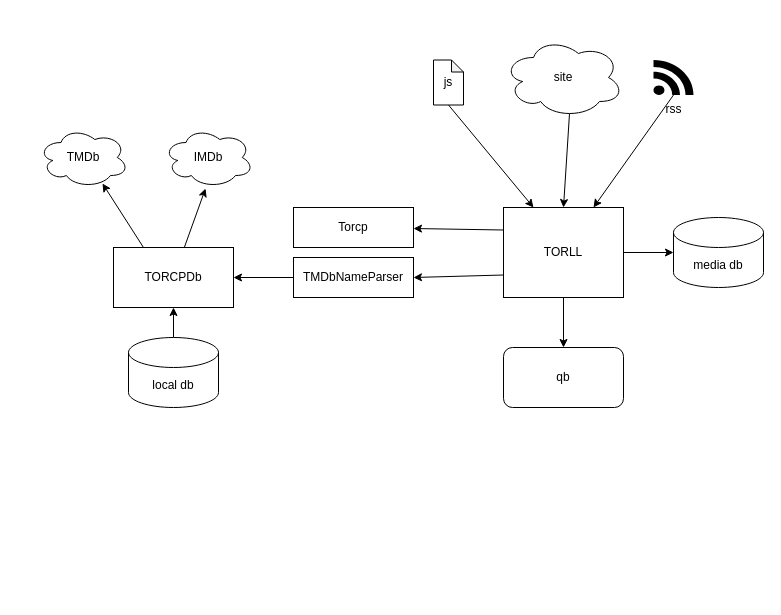
Earlier version of the draw.io diagram torcpdb.drawio (ccf-2012/torcpdb). Source tidied: cells renumbered, new cells numbered last; positions are measured from the earlier drawing's top-left corner, leaving out a move shared by most shapes. Both pictures are drawn from the tidied source at 100%, with x=0, y=0 at pixel (38, 37).
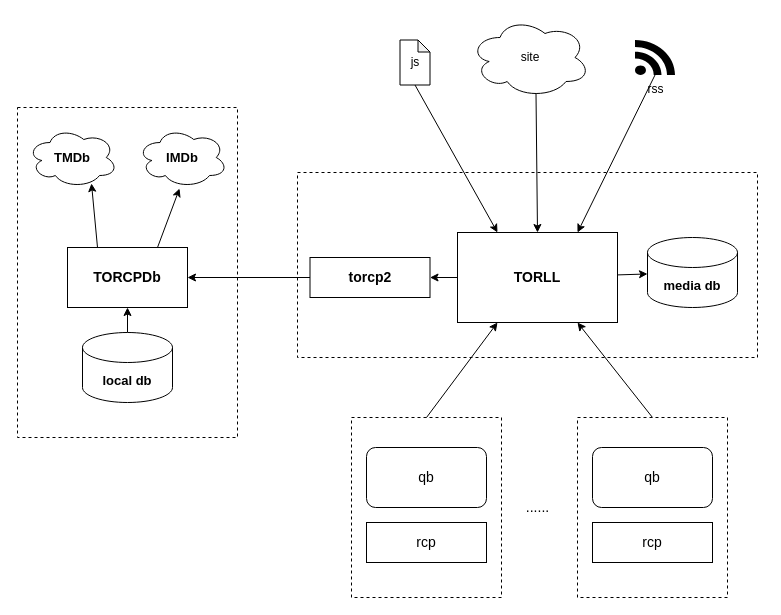
After the change.

Commit message (it also covers changes not shown here):
multi remote

What changed in the source:
```diff
@@
-    <mxCell id="2" value="Torcp" style="rounded=0;whiteSpace=wrap;html=1;" parent="1" vertex="1">
-      <mxGeometry x="255" y="170" width="120" height="40" as="geometry" />
-    </mxCell>
+    <mxCell id="25" style="rounded=0;whiteSpace=wrap;html=1;dashed=1;fontSize=13;" parent="1" vertex="1">
+      <mxGeometry x="259" y="135" width="460" height="185" as="geometry" />
+    </mxCell>
+    <mxCell id="26" style="rounded=0;whiteSpace=wrap;html=1;dashed=1;" parent="1" vertex="1">
+      <mxGeometry x="313" y="380" width="150" height="180" as="geometry" />
+    </mxCell>
+    <mxCell id="27" style="rounded=0;whiteSpace=wrap;html=1;dashed=1;" parent="1" vertex="1">
+      <mxGeometry x="-21" y="70" width="220" height="330" as="geometry" />
+    </mxCell>
@@
-    <mxCell id="4" value="TMDbNameParser" style="rounded=0;whiteSpace=wrap;html=1;" parent="1" vertex="1">
-      <mxGeometry x="255" y="220" width="120" height="40" as="geometry" />
+    <mxCell id="4" value="&lt;b&gt;&lt;font style=&quot;font-size: 14px;&quot;&gt;torcp2&lt;/font&gt;&lt;/b&gt;" style="rounded=0;whiteSpace=wrap;html=1;" parent="1" vertex="1">
+      <mxGeometry x="271.5" y="220" width="120" height="40" as="geometry" />
     </mxCell>
-    <mxCell id="5" style="edgeStyle=none;html=1;entryX=0.467;entryY=1.017;entryDx=0;entryDy=0;entryPerimeter=0;" parent="1" edge="1" source="7" target="11">
+    <mxCell id="5" style="edgeStyle=none;html=1;entryX=0.467;entryY=1.017;entryDx=0;entryDy=0;entryPerimeter=0;exitX=0.75;exitY=0;exitDx=0;exitDy=0;" parent="1" edge="1" source="7" target="11">
       <mxGeometry relative="1" as="geometry" />
     </mxCell>
@@
-    <mxCell id="7" value="TORCPDb" style="rounded=0;whiteSpace=wrap;html=1;" parent="1" vertex="1">
-      <mxGeometry x="75" y="210" width="120" height="60" as="geometry" />
+    <mxCell id="7" value="TORCPDb" style="rounded=0;whiteSpace=wrap;html=1;fontStyle=1;fontSize=14;" parent="1" vertex="1">
+      <mxGeometry x="29" y="210" width="120" height="60" as="geometry" />
     </mxCell>
@@
-    <mxCell id="9" value="local db" style="shape=cylinder3;whiteSpace=wrap;html=1;boundedLbl=1;backgroundOutline=1;size=15;" parent="1" vertex="1">
-      <mxGeometry x="90" y="300" width="90" height="70" as="geometry" />
+    <mxCell id="9" value="local db" style="shape=cylinder3;whiteSpace=wrap;html=1;boundedLbl=1;backgroundOutline=1;size=15;fontStyle=1;fontSize=13;" parent="1" vertex="1">
+      <mxGeometry x="44" y="295" width="90" height="70" as="geometry" />
     </mxCell>
-    <mxCell id="10" value="TMDb" style="ellipse;shape=cloud;whiteSpace=wrap;html=1;" parent="1" vertex="1">
-      <mxGeometry y="90" width="90" height="60" as="geometry" />
+    <mxCell id="10" value="TMDb" style="ellipse;shape=cloud;whiteSpace=wrap;html=1;fontStyle=1;fontSize=13;" parent="1" vertex="1">
+      <mxGeometry x="-11" y="90" width="90" height="60" as="geometry" />
     </mxCell>
-    <mxCell id="11" value="IMDb" style="ellipse;shape=cloud;whiteSpace=wrap;html=1;" parent="1" vertex="1">
-      <mxGeometry x="125" y="90" width="90" height="60" as="geometry" />
+    <mxCell id="11" value="IMDb" style="ellipse;shape=cloud;whiteSpace=wrap;html=1;fontStyle=1;fontSize=13;" parent="1" vertex="1">
+      <mxGeometry x="99" y="90" width="90" height="60" as="geometry" />
     </mxCell>
-    <mxCell id="12" style="edgeStyle=none;html=1;exitX=0;exitY=0.25;exitDx=0;exitDy=0;" parent="1" edge="1" source="16" target="2">
-      <mxGeometry relative="1" as="geometry" />
-    </mxCell>
-    <mxCell id="13" style="edgeStyle=none;html=1;exitX=0;exitY=0.75;exitDx=0;exitDy=0;entryX=1;entryY=0.5;entryDx=0;entryDy=0;" parent="1" edge="1" source="16" target="4">
+    <mxCell id="13" style="edgeStyle=none;html=1;exitX=0;exitY=0.5;exitDx=0;exitDy=0;entryX=1;entryY=0.5;entryDx=0;entryDy=0;" parent="1" edge="1" source="16" target="4">
       <mxGeometry relative="1" as="geometry" />
     </mxCell>
@@
-    <mxCell id="15" style="edgeStyle=none;html=1;" parent="1" edge="1" source="16" target="24">
+    <mxCell id="15" style="edgeStyle=none;html=1;exitX=0.5;exitY=0;exitDx=0;exitDy=0;entryX=0.25;entryY=1;entryDx=0;entryDy=0;" parent="1" edge="1" source="26" target="16">
       <mxGeometry relative="1" as="geometry" />
     </mxCell>
-    <mxCell id="16" value="TORLL" style="rounded=0;whiteSpace=wrap;html=1;" parent="1" vertex="1">
-      <mxGeometry x="465" y="170" width="120" height="90" as="geometry" />
+    <mxCell id="16" value="&lt;b&gt;&lt;font style=&quot;font-size: 14px;&quot;&gt;TORLL&lt;/font&gt;&lt;/b&gt;" style="rounded=0;whiteSpace=wrap;html=1;" parent="1" vertex="1">
+      <mxGeometry x="419" y="195" width="160" height="90" as="geometry" />
     </mxCell>
@@
     <mxCell id="18" value="site" style="ellipse;shape=cloud;whiteSpace=wrap;html=1;" parent="1" vertex="1">
-      <mxGeometry x="465" width="120" height="80" as="geometry" />
+      <mxGeometry x="431.5" y="-20" width="120" height="80" as="geometry" />
     </mxCell>
@@
     <mxCell id="20" value="rss" style="shape=mxgraph.signs.tech.rss;html=1;fillColor=#000000;strokeColor=none;verticalLabelPosition=bottom;verticalAlign=top;align=center;" parent="1" vertex="1">
-      <mxGeometry x="615" y="22.5" width="40" height="35" as="geometry" />
+      <mxGeometry x="596.5" y="2.5" width="40" height="35" as="geometry" />
     </mxCell>
@@
     <mxCell id="22" value="js" style="shape=note;whiteSpace=wrap;html=1;backgroundOutline=1;darkOpacity=0.05;size=12;" parent="1" vertex="1">
-      <mxGeometry x="395" y="22.5" width="30" height="45" as="geometry" />
+      <mxGeometry x="361.5" y="2.5" width="30" height="45" as="geometry" />
     </mxCell>
-    <mxCell id="23" value="media db" style="shape=cylinder3;whiteSpace=wrap;html=1;boundedLbl=1;backgroundOutline=1;size=15;" parent="1" vertex="1">
-      <mxGeometry x="635" y="180" width="90" height="70" as="geometry" />
+    <mxCell id="23" value="media db" style="shape=cylinder3;whiteSpace=wrap;html=1;boundedLbl=1;backgroundOutline=1;size=15;fontStyle=1;fontSize=13;" parent="1" vertex="1">
+      <mxGeometry x="609" y="200" width="90" height="70" as="geometry" />
     </mxCell>
-    <mxCell id="24" value="qb" style="rounded=1;whiteSpace=wrap;html=1;" parent="1" vertex="1">
-      <mxGeometry x="465" y="310" width="120" height="60" as="geometry" />
-    </mxCell>
+    <mxCell id="28" value="rcp" style="rounded=0;whiteSpace=wrap;html=1;fontStyle=0;fontSize=14;" parent="1" vertex="1">
+      <mxGeometry x="328" y="485" width="120" height="40" as="geometry" />
+    </mxCell>
+    <mxCell id="29" value="qb" style="rounded=1;whiteSpace=wrap;html=1;fontStyle=0;fontSize=14;" parent="1" vertex="1">
+      <mxGeometry x="328" y="410" width="120" height="60" as="geometry" />
+    </mxCell>
+    <mxCell id="30" style="edgeStyle=none;html=1;exitX=0.5;exitY=0;exitDx=0;exitDy=0;entryX=0.75;entryY=1;entryDx=0;entryDy=0;" parent="1" edge="1" source="31" target="16">
+      <mxGeometry relative="1" as="geometry" />
+    </mxCell>
+    <mxCell id="31" style="rounded=0;whiteSpace=wrap;html=1;dashed=1;" parent="1" vertex="1">
+      <mxGeometry x="539" y="380" width="150" height="180" as="geometry" />
+    </mxCell>
+    <mxCell id="32" value="rcp" style="rounded=0;whiteSpace=wrap;html=1;fontStyle=0;fontSize=14;" parent="1" vertex="1">
+      <mxGeometry x="554" y="485" width="120" height="40" as="geometry" />
+    </mxCell>
+    <mxCell id="33" value="qb" style="rounded=1;whiteSpace=wrap;html=1;fontStyle=0;fontSize=14;" parent="1" vertex="1">
+      <mxGeometry x="554" y="410" width="120" height="60" as="geometry" />
+    </mxCell>
+    <mxCell id="34" value="......" style="text;html=1;align=center;verticalAlign=middle;strokeColor=none;fillColor=none;fontSize=14;" parent="1" vertex="1">
+      <mxGeometry x="474" y="455" width="50" height="30" as="geometry" />
+    </mxCell>
```
